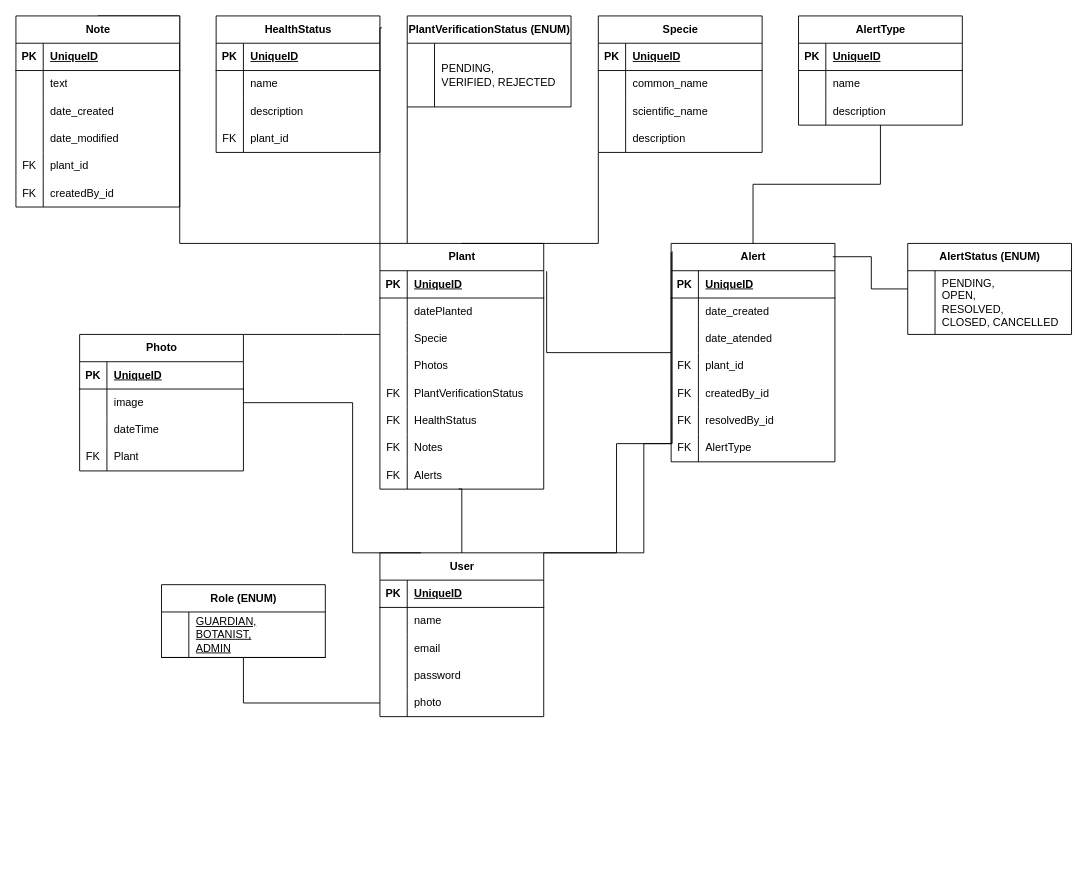
Before: Counting Trees.drawio in victoriasegovia/Counting-Trees, a draw.io diagram. Source tidied: cells renumbered, new cells numbered last; positions are measured from the earlier drawing's top-left corner, leaving out a move shared by most shapes. Both pictures are drawn from the tidied source at 91%, with x=0, y=0 at pixel (15, 15).
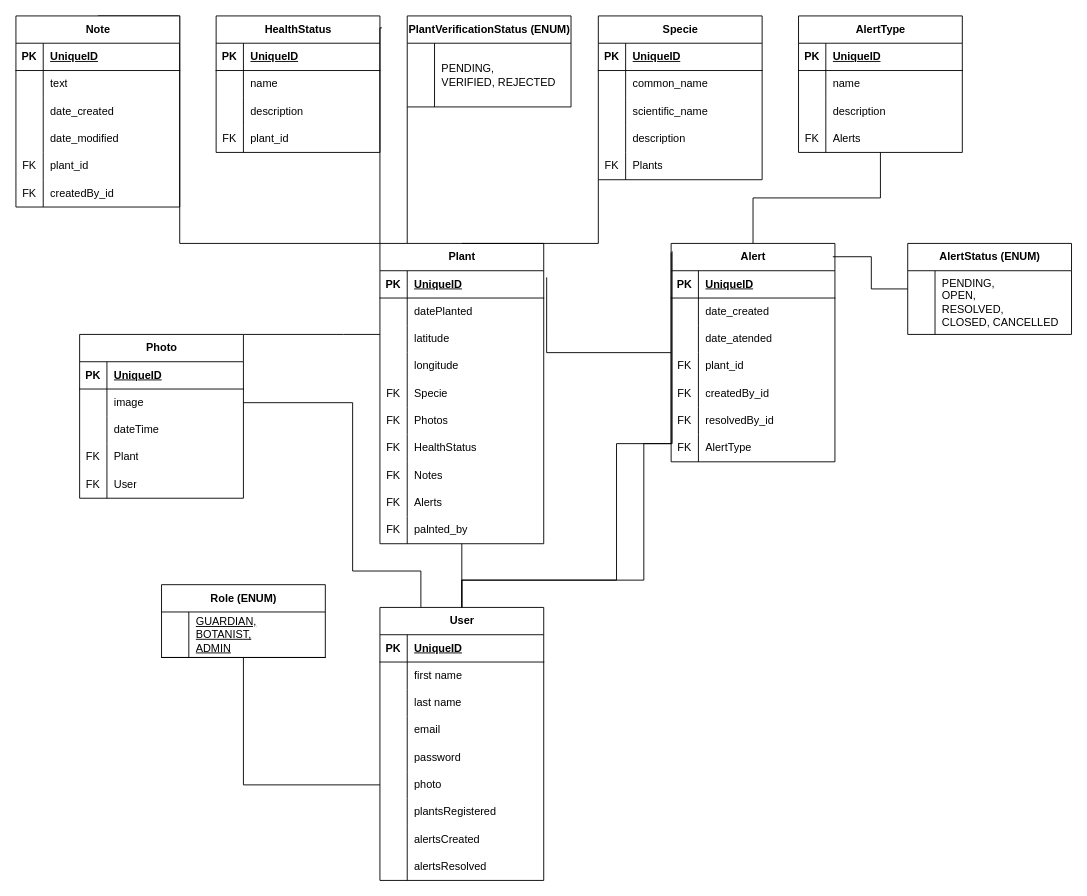
Above is the later version.

Unchanged cells that the change refers to:
```xml
<mxCell id="8" style="shape=tableRow;horizontal=0;startSize=0;swimlaneHead=0;swimlaneBody=0;fillColor=none;top=0;left=0;right=0;bottom=0;" parent="4" vertex="1">
  <mxGeometry y="60" width="180" height="30" as="geometry" />
</mxCell>
<mxCell id="29" value="Alert" style="shape=table;startSize=30;childLayout=tableLayout;rowLines=0;fontStyle=1;align=center;html=1;" parent="1" vertex="1">
  <mxGeometry x="720" y="250" width="180" height="240" as="geometry" />
</mxCell>
<mxCell id="114" style="shape=tableRow;horizontal=0;startSize=0;swimlaneHead=0;swimlaneBody=0;fillColor=none;top=0;left=0;right=0;bottom=0;" parent="110" vertex="1">
  <mxGeometry y="60" width="180" height="30" as="geometry" />
</mxCell>
```

What changed in the source:
```diff
@@
+    <mxCell id="158" style="edgeStyle=orthogonalEdgeStyle;rounded=0;jettySize=auto;html=1;entryX=0.5;entryY=0;entryDx=0;entryDy=0;endArrow=none;endFill=0;" parent="1" edge="1" source="4" target="110">
+      <mxGeometry relative="1" as="geometry" />
+    </mxCell>
     <mxCell id="4" value="Plant" style="shape=table;startSize=30;childLayout=tableLayout;rowLines=0;fontStyle=1;align=center;html=1;" parent="1" vertex="1">
-      <mxGeometry x="400" y="250" width="180" height="270" as="geometry" />
+      <mxGeometry x="400" y="250" width="180" height="330" as="geometry" />
     </mxCell>
@@
-    <mxCell id="9" style="shape=partialRectangle;fillColor=none;top=0;left=0;bottom=0;right=0;overflow=hidden;whiteSpace=wrap;html=1;" parent="8" vertex="1">
+    <mxCell id="9" value="&lt;span style=&quot;white-space: pre;&quot;&gt;&#9;&lt;/span&gt;&lt;span style=&quot;white-space: pre;&quot;&gt;&#9;&lt;/span&gt;&lt;span style=&quot;white-space: pre;&quot;&gt;&#9;&lt;/span&gt;" style="shape=partialRectangle;fillColor=none;top=0;left=0;bottom=0;right=0;overflow=hidden;whiteSpace=wrap;html=1;" parent="8" vertex="1">
       <mxGeometry width="30" height="30" as="geometry" />
     </mxCell>
@@
+    <mxCell id="159" style="shape=tableRow;horizontal=0;startSize=0;swimlaneHead=0;swimlaneBody=0;fillColor=none;top=0;left=0;right=0;bottom=0;" parent="4" vertex="1">
+      <mxGeometry y="90" width="180" height="30" as="geometry" />
+    </mxCell>
+    <mxCell id="160" value="&lt;span style=&quot;white-space: pre;&quot;&gt;&#9;&lt;/span&gt;&lt;span style=&quot;white-space: pre;&quot;&gt;&#9;&lt;/span&gt;&lt;span style=&quot;white-space: pre;&quot;&gt;&#9;&lt;/span&gt;" style="shape=partialRectangle;fillColor=none;top=0;left=0;bottom=0;right=0;overflow=hidden;whiteSpace=wrap;html=1;" parent="159" vertex="1">
+      <mxGeometry width="30" height="30" as="geometry" />
+    </mxCell>
+    <mxCell id="161" value="latitude" style="shape=partialRectangle;fillColor=none;top=0;left=0;bottom=0;right=0;align=left;spacingLeft=6;overflow=hidden;whiteSpace=wrap;html=1;" parent="159" vertex="1">
+      <mxGeometry x="30" width="150" height="30" as="geometry" />
+    </mxCell>
+    <mxCell id="162" style="shape=tableRow;horizontal=0;startSize=0;swimlaneHead=0;swimlaneBody=0;fillColor=none;top=0;left=0;right=0;bottom=0;" parent="4" vertex="1">
+      <mxGeometry y="120" width="180" height="30" as="geometry" />
+    </mxCell>
+    <mxCell id="163" value="&lt;span style=&quot;white-space: pre;&quot;&gt;&#9;&lt;/span&gt;&lt;span style=&quot;white-space: pre;&quot;&gt;&#9;&lt;/span&gt;&lt;span style=&quot;white-space: pre;&quot;&gt;&#9;&lt;/span&gt;" style="shape=partialRectangle;fillColor=none;top=0;left=0;bottom=0;right=0;overflow=hidden;whiteSpace=wrap;html=1;" parent="162" vertex="1">
+      <mxGeometry width="30" height="30" as="geometry" />
+    </mxCell>
+    <mxCell id="164" value="longitude" style="shape=partialRectangle;fillColor=none;top=0;left=0;bottom=0;right=0;align=left;spacingLeft=6;overflow=hidden;whiteSpace=wrap;html=1;" parent="162" vertex="1">
+      <mxGeometry x="30" width="150" height="30" as="geometry" />
+    </mxCell>
     <mxCell id="11" style="shape=tableRow;horizontal=0;startSize=0;swimlaneHead=0;swimlaneBody=0;fillColor=none;top=0;left=0;right=0;bottom=0;" parent="4" vertex="1">
-      <mxGeometry y="90" width="180" height="30" as="geometry" />
+      <mxGeometry y="150" width="180" height="30" as="geometry" />
     </mxCell>
-    <mxCell id="12" style="shape=partialRectangle;fillColor=none;top=0;left=0;bottom=0;right=0;overflow=hidden;whiteSpace=wrap;html=1;" parent="11" vertex="1">
+    <mxCell id="12" value="FK" style="shape=partialRectangle;fillColor=none;top=0;left=0;bottom=0;right=0;overflow=hidden;whiteSpace=wrap;html=1;" parent="11" vertex="1">
       <mxGeometry width="30" height="30" as="geometry" />
     </mxCell>
@@
     <mxCell id="14" style="shape=tableRow;horizontal=0;startSize=0;swimlaneHead=0;swimlaneBody=0;fillColor=none;top=0;left=0;right=0;bottom=0;" parent="4" vertex="1">
-      <mxGeometry y="120" width="180" height="30" as="geometry" />
+      <mxGeometry y="180" width="180" height="30" as="geometry" />
     </mxCell>
-    <mxCell id="15" style="shape=partialRectangle;fillColor=none;top=0;left=0;bottom=0;right=0;overflow=hidden;whiteSpace=wrap;html=1;" parent="14" vertex="1">
+    <mxCell id="15" value="FK" style="shape=partialRectangle;fillColor=none;top=0;left=0;bottom=0;right=0;overflow=hidden;whiteSpace=wrap;html=1;" parent="14" vertex="1">
       <mxGeometry width="30" height="30" as="geometry" />
     </mxCell>
@@
-    <mxCell id="17" style="shape=tableRow;horizontal=0;startSize=0;swimlaneHead=0;swimlaneBody=0;fillColor=none;top=0;left=0;right=0;bottom=0;" parent="4" vertex="1">
-      <mxGeometry y="150" width="180" height="30" as="geometry" />
-    </mxCell>
-    <mxCell id="18" value="FK" style="shape=partialRectangle;fillColor=none;top=0;left=0;bottom=0;right=0;overflow=hidden;whiteSpace=wrap;html=1;" parent="17" vertex="1">
-      <mxGeometry width="30" height="30" as="geometry" />
-    </mxCell>
-    <mxCell id="19" value="PlantVerificationStatus" style="shape=partialRectangle;fillColor=none;top=0;left=0;bottom=0;right=0;align=left;spacingLeft=6;overflow=hidden;whiteSpace=wrap;html=1;" parent="17" vertex="1">
-      <mxGeometry x="30" width="150" height="30" as="geometry" />
-    </mxCell>
     <mxCell id="20" style="shape=tableRow;horizontal=0;startSize=0;swimlaneHead=0;swimlaneBody=0;fillColor=none;top=0;left=0;right=0;bottom=0;" parent="4" vertex="1">
-      <mxGeometry y="180" width="180" height="30" as="geometry" />
+      <mxGeometry y="210" width="180" height="30" as="geometry" />
     </mxCell>
@@
     <mxCell id="23" style="shape=tableRow;horizontal=0;startSize=0;swimlaneHead=0;swimlaneBody=0;fillColor=none;top=0;left=0;right=0;bottom=0;" parent="4" vertex="1">
-      <mxGeometry y="210" width="180" height="30" as="geometry" />
+      <mxGeometry y="240" width="180" height="30" as="geometry" />
     </mxCell>
@@
     <mxCell id="26" style="shape=tableRow;horizontal=0;startSize=0;swimlaneHead=0;swimlaneBody=0;fillColor=none;points=[[0,0.5],[1,0.5]];portConstraint=eastwest;top=0;left=0;right=0;bottom=0;" parent="4" vertex="1">
-      <mxGeometry y="240" width="180" height="30" as="geometry" />
+      <mxGeometry y="270" width="180" height="30" as="geometry" />
     </mxCell>
@@
+    <mxCell id="165" style="shape=tableRow;horizontal=0;startSize=0;swimlaneHead=0;swimlaneBody=0;fillColor=none;top=0;left=0;right=0;bottom=0;" parent="4" vertex="1">
+      <mxGeometry y="300" width="180" height="30" as="geometry" />
+    </mxCell>
+    <mxCell id="166" value="FK" style="shape=partialRectangle;fillColor=none;top=0;left=0;bottom=0;right=0;overflow=hidden;whiteSpace=wrap;html=1;" parent="165" vertex="1">
+      <mxGeometry width="30" height="30" as="geometry" />
+    </mxCell>
+    <mxCell id="167" value="palnted_by" style="shape=partialRectangle;fillColor=none;top=0;left=0;bottom=0;right=0;align=left;spacingLeft=6;overflow=hidden;whiteSpace=wrap;html=1;" parent="165" vertex="1">
+      <mxGeometry x="30" width="150" height="30" as="geometry" />
+    </mxCell>
@@
     <mxCell id="52" value="AlertType" style="shape=table;startSize=30;childLayout=tableLayout;rowLines=0;fontStyle=1;align=center;html=1;" parent="1" vertex="1">
-      <mxGeometry x="860" width="180" height="120" as="geometry" />
+      <mxGeometry x="860" width="180" height="150" as="geometry" />
     </mxCell>
@@
+    <mxCell id="168" style="shape=tableRow;horizontal=0;startSize=0;swimlaneHead=0;swimlaneBody=0;fillColor=none;top=0;left=0;right=0;bottom=0;" parent="52" vertex="1">
+      <mxGeometry y="120" width="180" height="30" as="geometry" />
+    </mxCell>
+    <mxCell id="169" value="FK" style="shape=partialRectangle;fillColor=none;top=0;left=0;bottom=0;right=0;overflow=hidden;whiteSpace=wrap;html=1;" parent="168" vertex="1">
+      <mxGeometry width="30" height="30" as="geometry" />
+    </mxCell>
+    <mxCell id="170" value="Alerts" style="shape=partialRectangle;fillColor=none;top=0;left=0;bottom=0;right=0;align=left;spacingLeft=6;overflow=hidden;whiteSpace=wrap;html=1;" parent="168" vertex="1">
+      <mxGeometry x="30" width="150" height="30" as="geometry" />
+    </mxCell>
@@
     <mxCell id="97" value="Specie" style="shape=table;startSize=30;childLayout=tableLayout;rowLines=0;fontStyle=1;align=center;html=1;" parent="1" vertex="1">
-      <mxGeometry x="640" width="180" height="150" as="geometry" />
+      <mxGeometry x="640" width="180" height="180" as="geometry" />
     </mxCell>
@@
+    <mxCell id="171" style="shape=tableRow;horizontal=0;startSize=0;swimlaneHead=0;swimlaneBody=0;fillColor=none;top=0;left=0;right=0;bottom=0;" parent="97" vertex="1">
+      <mxGeometry y="150" width="180" height="30" as="geometry" />
+    </mxCell>
+    <mxCell id="172" value="FK" style="shape=partialRectangle;fillColor=none;top=0;left=0;bottom=0;right=0;overflow=hidden;whiteSpace=wrap;html=1;" parent="171" vertex="1">
+      <mxGeometry width="30" height="30" as="geometry" />
+    </mxCell>
+    <mxCell id="173" value="Plants" style="shape=partialRectangle;fillColor=none;top=0;left=0;bottom=0;right=0;align=left;spacingLeft=6;overflow=hidden;whiteSpace=wrap;html=1;" parent="171" vertex="1">
+      <mxGeometry x="30" width="150" height="30" as="geometry" />
+    </mxCell>
     <mxCell id="110" value="User" style="shape=table;startSize=30;childLayout=tableLayout;rowLines=0;fontStyle=1;align=center;html=1;" parent="1" vertex="1">
-      <mxGeometry x="400" y="590" width="180" height="180" as="geometry" />
+      <mxGeometry x="400" y="650" width="180" height="300" as="geometry" />
     </mxCell>
@@
-    <mxCell id="116" value="name" style="shape=partialRectangle;fillColor=none;top=0;left=0;bottom=0;right=0;align=left;spacingLeft=6;overflow=hidden;whiteSpace=wrap;html=1;" parent="114" vertex="1">
+    <mxCell id="116" value="first name" style="shape=partialRectangle;fillColor=none;top=0;left=0;bottom=0;right=0;align=left;spacingLeft=6;overflow=hidden;whiteSpace=wrap;html=1;" parent="114" vertex="1">
       <mxGeometry x="30" width="150" height="30" as="geometry" />
     </mxCell>
+    <mxCell id="174" style="shape=tableRow;horizontal=0;startSize=0;swimlaneHead=0;swimlaneBody=0;fillColor=none;top=0;left=0;right=0;bottom=0;" parent="110" vertex="1">
+      <mxGeometry y="90" width="180" height="30" as="geometry" />
+    </mxCell>
+    <mxCell id="175" style="shape=partialRectangle;fillColor=none;top=0;left=0;bottom=0;right=0;overflow=hidden;whiteSpace=wrap;html=1;" parent="174" vertex="1">
+      <mxGeometry width="30" height="30" as="geometry" />
+    </mxCell>
+    <mxCell id="176" value="last name" style="shape=partialRectangle;fillColor=none;top=0;left=0;bottom=0;right=0;align=left;spacingLeft=6;overflow=hidden;whiteSpace=wrap;html=1;" parent="174" vertex="1">
+      <mxGeometry x="30" width="150" height="30" as="geometry" />
+    </mxCell>
     <mxCell id="117" style="shape=tableRow;horizontal=0;startSize=0;swimlaneHead=0;swimlaneBody=0;fillColor=none;top=0;left=0;right=0;bottom=0;" parent="110" vertex="1">
-      <mxGeometry y="90" width="180" height="30" as="geometry" />
+      <mxGeometry y="120" width="180" height="30" as="geometry" />
     </mxCell>
@@
     <mxCell id="120" style="shape=tableRow;horizontal=0;startSize=0;swimlaneHead=0;swimlaneBody=0;fillColor=none;top=0;left=0;right=0;bottom=0;" parent="110" vertex="1">
-      <mxGeometry y="120" width="180" height="30" as="geometry" />
+      <mxGeometry y="150" width="180" height="30" as="geometry" />
     </mxCell>
@@
     <mxCell id="123" style="shape=tableRow;horizontal=0;startSize=0;swimlaneHead=0;swimlaneBody=0;fillColor=none;points=[[0,0.5],[1,0.5]];portConstraint=eastwest;top=0;left=0;right=0;bottom=0;" parent="110" vertex="1">
-      <mxGeometry y="150" width="180" height="30" as="geometry" />
+      <mxGeometry y="180" width="180" height="30" as="geometry" />
     </mxCell>
@@
+    <mxCell id="177" style="shape=tableRow;horizontal=0;startSize=0;swimlaneHead=0;swimlaneBody=0;fillColor=none;top=0;left=0;right=0;bottom=0;" parent="110" vertex="1">
+      <mxGeometry y="210" width="180" height="30" as="geometry" />
+    </mxCell>
+    <mxCell id="178" style="shape=partialRectangle;fillColor=none;top=0;left=0;bottom=0;right=0;overflow=hidden;whiteSpace=wrap;html=1;" parent="177" vertex="1">
+      <mxGeometry width="30" height="30" as="geometry" />
+    </mxCell>
+    <mxCell id="179" value="plantsRegistered" style="shape=partialRectangle;fillColor=none;top=0;left=0;bottom=0;right=0;align=left;spacingLeft=6;overflow=hidden;whiteSpace=wrap;html=1;" parent="177" vertex="1">
+      <mxGeometry x="30" width="150" height="30" as="geometry" />
+    </mxCell>
+    <mxCell id="180" style="shape=tableRow;horizontal=0;startSize=0;swimlaneHead=0;swimlaneBody=0;fillColor=none;top=0;left=0;right=0;bottom=0;" parent="110" vertex="1">
+      <mxGeometry y="240" width="180" height="30" as="geometry" />
+    </mxCell>
+    <mxCell id="181" style="shape=partialRectangle;fillColor=none;top=0;left=0;bottom=0;right=0;overflow=hidden;whiteSpace=wrap;html=1;" parent="180" vertex="1">
+      <mxGeometry width="30" height="30" as="geometry" />
+    </mxCell>
+    <mxCell id="182" value="alertsCreated" style="shape=partialRectangle;fillColor=none;top=0;left=0;bottom=0;right=0;align=left;spacingLeft=6;overflow=hidden;whiteSpace=wrap;html=1;" parent="180" vertex="1">
+      <mxGeometry x="30" width="150" height="30" as="geometry" />
+    </mxCell>
+    <mxCell id="183" style="shape=tableRow;horizontal=0;startSize=0;swimlaneHead=0;swimlaneBody=0;fillColor=none;top=0;left=0;right=0;bottom=0;" parent="110" vertex="1">
+      <mxGeometry y="270" width="180" height="30" as="geometry" />
+    </mxCell>
+    <mxCell id="184" style="shape=partialRectangle;fillColor=none;top=0;left=0;bottom=0;right=0;overflow=hidden;whiteSpace=wrap;html=1;" parent="183" vertex="1">
+      <mxGeometry width="30" height="30" as="geometry" />
+    </mxCell>
+    <mxCell id="185" value="alertsResolved" style="shape=partialRectangle;fillColor=none;top=0;left=0;bottom=0;right=0;align=left;spacingLeft=6;overflow=hidden;whiteSpace=wrap;html=1;" parent="183" vertex="1">
+      <mxGeometry x="30" width="150" height="30" as="geometry" />
+    </mxCell>
@@
     <mxCell id="131" style="edgeStyle=orthogonalEdgeStyle;rounded=0;jettySize=auto;html=1;entryX=0.006;entryY=0.036;entryDx=0;entryDy=0;entryPerimeter=0;endArrow=none;endFill=0;" parent="1" edge="1" source="110" target="29">
       <mxGeometry relative="1" as="geometry">
         <Array as="points">
-          <mxPoint x="660" y="590" />
+          <mxPoint x="490" y="620" />
+          <mxPoint x="660" y="620" />
           <mxPoint x="660" y="470" />
           <mxPoint x="721" y="470" />
         </Array>
       </mxGeometry>
     </mxCell>
     <mxCell id="132" style="edgeStyle=orthogonalEdgeStyle;rounded=0;jettySize=auto;html=1;endArrow=none;endFill=0;" parent="1" edge="1" source="110">
       <mxGeometry relative="1" as="geometry">
         <mxPoint x="720" y="260" as="targetPoint" />
         <Array as="points">
-          <mxPoint x="690" y="590" />
+          <mxPoint x="490" y="620" />
+          <mxPoint x="690" y="620" />
           <mxPoint x="690" y="470" />
           <mxPoint x="720" y="470" />
         </Array>
       </mxGeometry>
     </mxCell>
@@
     <mxCell id="143" style="edgeStyle=orthogonalEdgeStyle;rounded=0;jettySize=auto;html=1;entryX=0.25;entryY=0;entryDx=0;entryDy=0;endArrow=none;endFill=0;" parent="1" edge="1" source="144" target="110">
       <mxGeometry relative="1" as="geometry">
         <Array as="points">
           <mxPoint x="370" y="425" />
-          <mxPoint x="370" y="590" />
+          <mxPoint x="370" y="610" />
+          <mxPoint x="445" y="610" />
         </Array>
       </mxGeometry>
     </mxCell>
     <mxCell id="144" value="Photo" style="shape=table;startSize=30;childLayout=tableLayout;rowLines=0;fontStyle=1;align=center;html=1;" parent="1" vertex="1">
-      <mxGeometry x="70" y="350" width="180" height="150" as="geometry" />
+      <mxGeometry x="70" y="350" width="180" height="180" as="geometry" />
     </mxCell>
@@
-    <mxCell id="157" style="edgeStyle=orthogonalEdgeStyle;rounded=0;jettySize=auto;html=1;entryX=0.481;entryY=0.994;entryDx=0;entryDy=0;entryPerimeter=0;endArrow=none;endFill=0;" parent="1" edge="1" source="110" target="26">
-      <mxGeometry relative="1" as="geometry">
-        <Array as="points">
-          <mxPoint x="490" y="520" />
-        </Array>
-      </mxGeometry>
-    </mxCell>
+    <mxCell id="186" style="shape=tableRow;horizontal=0;startSize=0;swimlaneHead=0;swimlaneBody=0;fillColor=none;top=0;left=0;right=0;bottom=0;" parent="144" vertex="1">
+      <mxGeometry y="150" width="180" height="30" as="geometry" />
+    </mxCell>
+    <mxCell id="187" value="FK" style="shape=partialRectangle;fillColor=none;top=0;left=0;bottom=0;right=0;overflow=hidden;whiteSpace=wrap;html=1;" parent="186" vertex="1">
+      <mxGeometry width="30" height="30" as="geometry" />
+    </mxCell>
+    <mxCell id="188" value="User" style="shape=partialRectangle;fillColor=none;top=0;left=0;bottom=0;right=0;align=left;spacingLeft=6;overflow=hidden;whiteSpace=wrap;html=1;" parent="186" vertex="1">
+      <mxGeometry x="30" width="150" height="30" as="geometry" />
+    </mxCell>
```
